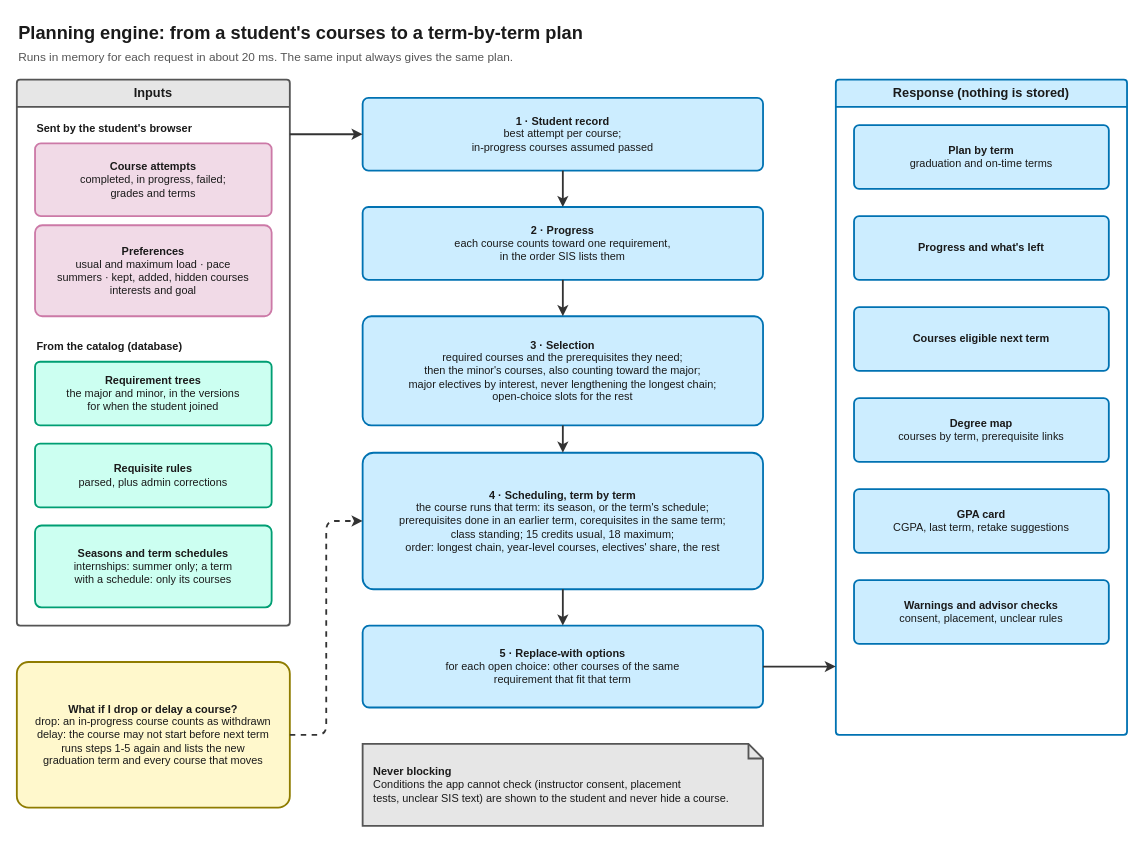
Earlier version of the draw.io diagram docs/diagrams/04-planning-engine.drawio (zaniixx/AUIB-Academic-Advisor). Source tidied: cells renumbered, new cells numbered last; positions are measured from the earlier drawing's top-left corner, leaving out a move shared by most shapes. Both pictures are drawn from the tidied source at 91%, with x=0, y=0 at pixel (16, 15).
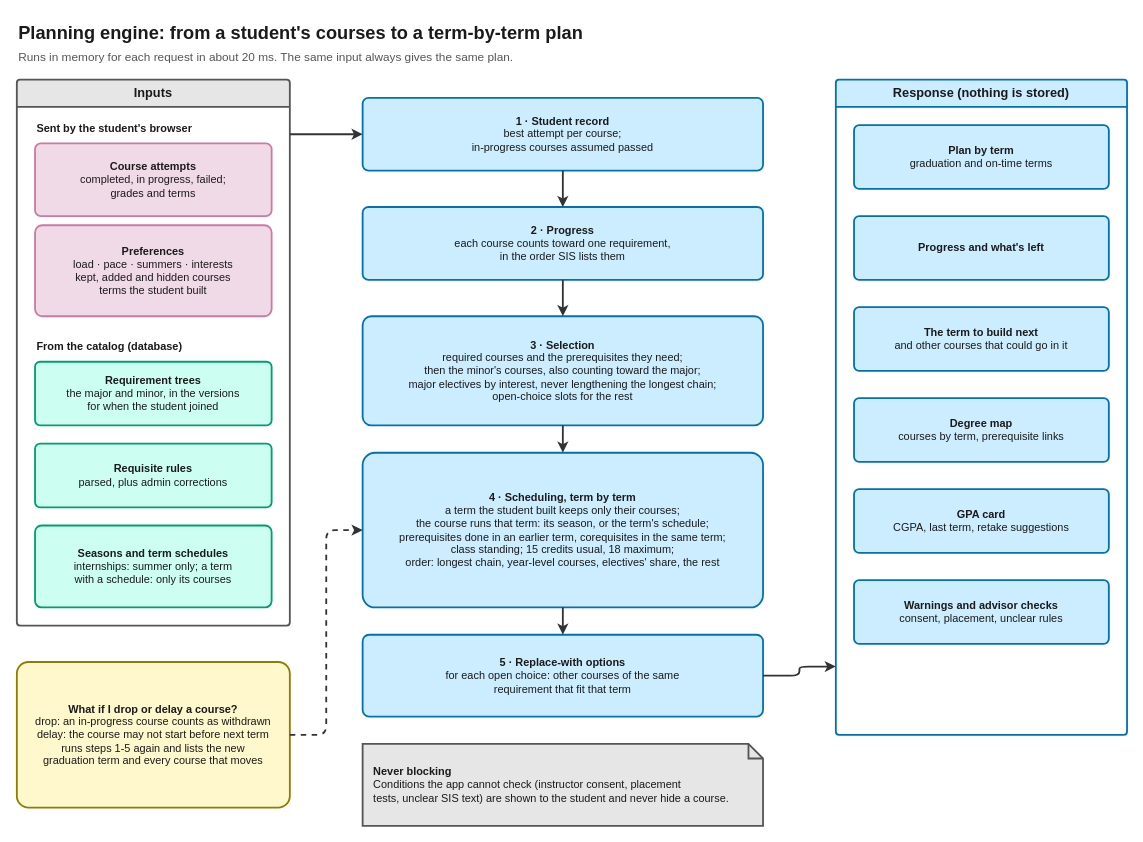
The same diagram, later.

The change refers to these unchanged cells:
```xml
<mxCell id="3" value="Inputs" style="swimlane;startSize=30;html=1;whiteSpace=wrap;fillColor=#e6e6e6;strokeColor=#555555;swimlaneFillColor=#ffffff;fontColor=#1a1a1a;fontFamily=Helvetica;fontSize=14;fontStyle=1;strokeWidth=2;rounded=1;arcSize=4;" parent="1" vertex="1">
  <mxGeometry y="70" width="300" height="600" as="geometry" />
</mxCell>
<mxCell id="21" value="Response (nothing is stored)" style="swimlane;startSize=30;html=1;whiteSpace=wrap;fillColor=#ccedff;strokeColor=#0072b2;swimlaneFillColor=#ffffff;fontColor=#1a1a1a;fontFamily=Helvetica;fontSize=14;fontStyle=1;strokeWidth=2;rounded=1;arcSize=4;" parent="1" vertex="1">
  <mxGeometry x="900" y="70" width="320" height="720" as="geometry" />
</mxCell>
<mxCell id="29" value="&lt;b&gt;What if I drop or delay a course?&lt;/b&gt;&lt;br&gt;drop: an in-progress course counts as withdrawn&lt;br&gt;delay: the course may not start before next term&lt;br&gt;runs steps 1-5 again and lists the new&lt;br&gt;graduation term and every course that moves" style="rounded=1;arcSize=8;whiteSpace=wrap;html=1;fillColor=#fff8cc;strokeColor=#8f7c00;fontColor=#1a1a1a;fontFamily=Helvetica;fontSize=12;strokeWidth=2;verticalAlign=middle;" parent="1" vertex="1">
  <mxGeometry y="710" width="300" height="160" as="geometry" />
</mxCell>
```

Change to the diagram source:
```diff
@@
-    <mxCell id="6" value="&lt;b&gt;Preferences&lt;/b&gt;&lt;br&gt;usual and maximum load · pace&lt;br&gt;summers · kept, added, hidden courses&lt;br&gt;interests and goal" style="rounded=1;arcSize=8;whiteSpace=wrap;html=1;fillColor=#f1dae7;strokeColor=#cc79a7;fontColor=#1a1a1a;fontFamily=Helvetica;fontSize=12;strokeWidth=2;verticalAlign=middle;" parent="3" vertex="1">
+    <mxCell id="6" value="&lt;b&gt;Preferences&lt;/b&gt;&lt;br&gt;load · pace · summers · interests&lt;br&gt;kept, added and hidden courses&lt;br&gt;terms the student built" style="rounded=1;arcSize=8;whiteSpace=wrap;html=1;fillColor=#f1dae7;strokeColor=#cc79a7;fontColor=#1a1a1a;fontFamily=Helvetica;fontSize=12;strokeWidth=2;verticalAlign=middle;" parent="3" vertex="1">
       <mxGeometry x="20" y="160" width="260" height="100" as="geometry" />
     </mxCell>
@@
-    <mxCell id="14" value="&lt;b&gt;4 · Scheduling, term by term&lt;/b&gt;&lt;br&gt;the course runs that term: its season, or the term's schedule;&lt;br&gt;prerequisites done in an earlier term, corequisites in the same term;&lt;br&gt;class standing; 15 credits usual, 18 maximum;&lt;br&gt;order: longest chain, year-level courses, electives' share, the rest" style="rounded=1;arcSize=8;whiteSpace=wrap;html=1;fillColor=#ccedff;strokeColor=#0072b2;fontColor=#1a1a1a;fontFamily=Helvetica;fontSize=12;strokeWidth=2;verticalAlign=middle;" parent="1" vertex="1">
-      <mxGeometry x="380" y="480" width="440" height="150" as="geometry" />
+    <mxCell id="14" value="&lt;b&gt;4 · Scheduling, term by term&lt;/b&gt;&lt;br&gt;a term the student built keeps only their courses;&lt;br&gt;the course runs that term: its season, or the term's schedule;&lt;br&gt;prerequisites done in an earlier term, corequisites in the same term;&lt;br&gt;class standing; 15 credits usual, 18 maximum;&lt;br&gt;order: longest chain, year-level courses, electives' share, the rest" style="rounded=1;arcSize=8;whiteSpace=wrap;html=1;fillColor=#ccedff;strokeColor=#0072b2;fontColor=#1a1a1a;fontFamily=Helvetica;fontSize=12;strokeWidth=2;verticalAlign=middle;" parent="1" vertex="1">
+      <mxGeometry x="380" y="480" width="440" height="170" as="geometry" />
     </mxCell>
     <mxCell id="15" value="&lt;b&gt;5 · Replace-with options&lt;/b&gt;&lt;br&gt;for each open choice: other courses of the same&lt;br&gt;requirement that fit that term" style="rounded=1;arcSize=8;whiteSpace=wrap;html=1;fillColor=#ccedff;strokeColor=#0072b2;fontColor=#1a1a1a;fontFamily=Helvetica;fontSize=12;strokeWidth=2;verticalAlign=middle;" parent="1" vertex="1">
-      <mxGeometry x="380" y="670" width="440" height="90" as="geometry" />
+      <mxGeometry x="380" y="680" width="440" height="90" as="geometry" />
     </mxCell>
@@
-    <mxCell id="24" value="&lt;b&gt;Courses eligible next term&lt;/b&gt;" style="rounded=1;arcSize=8;whiteSpace=wrap;html=1;fillColor=#ccedff;strokeColor=#0072b2;fontColor=#1a1a1a;fontFamily=Helvetica;fontSize=12;strokeWidth=2;verticalAlign=middle;" parent="21" vertex="1">
+    <mxCell id="24" value="&lt;b&gt;The term to build next&lt;/b&gt;&lt;br&gt;and other courses that could go in it" style="rounded=1;arcSize=8;whiteSpace=wrap;html=1;fillColor=#ccedff;strokeColor=#0072b2;fontColor=#1a1a1a;fontFamily=Helvetica;fontSize=12;strokeWidth=2;verticalAlign=middle;" parent="21" vertex="1">
       <mxGeometry x="20" y="250" width="280" height="70" as="geometry" />
     </mxCell>
@@
     <mxCell id="30" style="edgeStyle=orthogonalEdgeStyle;rounded=1;jettySize=auto;html=1;endArrow=classic;endFill=1;strokeWidth=2;strokeColor=#333333;fontFamily=Helvetica;fontSize=11;labelBackgroundColor=#ffffff;exitX=1;exitY=0.5;exitDx=0;exitDy=0;entryX=0;entryY=0.5;entryDx=0;entryDy=0;dashed=1;" parent="1" edge="1" source="29" target="14">
       <mxGeometry relative="1" as="geometry">
         <Array as="points">
           <mxPoint x="340" y="790" />
-          <mxPoint x="340" y="555" />
+          <mxPoint x="340" y="565" />
         </Array>
       </mxGeometry>
     </mxCell>
```
